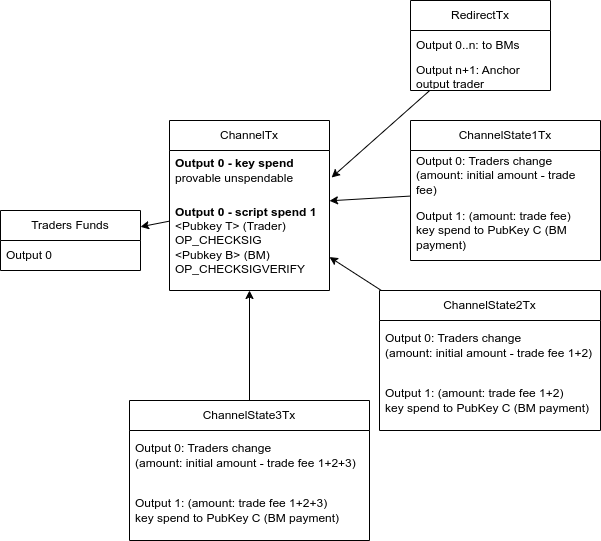
Before: concept/renderedForWeb/tradefeepayment.drawio.png, a diagram exported from draw.io (bisq-network/bisq-musig). Source tidied: cells renumbered, new cells last; positions are measured from the earlier drawing's top-left corner, leaving out a move shared by most shapes.
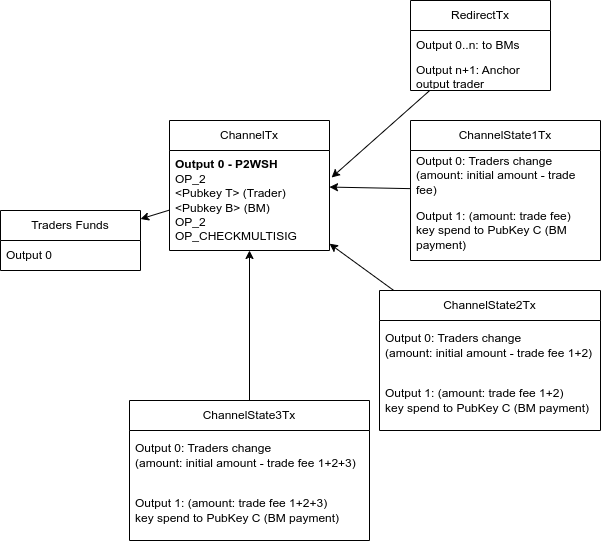
Later version of the same file.

Change to the diagram source:
```diff
@@ -12,13 +12,10 @@
       <mxGeometry relative="1" as="geometry" />
     </mxCell>
     <mxCell id="5" value="ChannelTx" style="swimlane;fontStyle=0;horizontal=1;startSize=30;whiteSpace=wrap;html=1;" parent="1" vertex="1">
-      <mxGeometry x="169" y="120" width="160" height="170" as="geometry" />
+      <mxGeometry x="169" y="120" width="160" height="130" as="geometry" />
     </mxCell>
-    <mxCell id="6" value="&lt;b&gt;Output 0 - key spend&amp;nbsp;&lt;/b&gt;&lt;div&gt;provable unspendable&lt;/div&gt;" style="text;strokeColor=none;fillColor=none;align=left;verticalAlign=middle;spacingLeft=4;spacingRight=4;overflow=hidden;points=[[0,0.5],[1,0.5]];portConstraint=eastwest;whiteSpace=wrap;html=1;" parent="5" vertex="1">
-      <mxGeometry y="30" width="160" height="40" as="geometry" />
-    </mxCell>
-    <mxCell id="7" value="&lt;b&gt;Output 0 - script spend 1&lt;/b&gt;&lt;div&gt;&lt;span style=&quot;background-color: transparent; color: light-dark(rgb(0, 0, 0), rgb(255, 255, 255));&quot;&gt;&amp;lt;Pubkey T&amp;gt; (Trader)&lt;/span&gt;&lt;/div&gt;&lt;div&gt;OP_CHECKSIG&lt;/div&gt;&lt;div&gt;&amp;lt;Pubkey B&amp;gt; (BM)&lt;/div&gt;&lt;div&gt;OP_CHECKSIGVERIFY&lt;/div&gt;" style="text;strokeColor=none;fillColor=none;align=left;verticalAlign=middle;spacingLeft=4;spacingRight=4;overflow=hidden;whiteSpace=wrap;html=1;" parent="5" vertex="1">
-      <mxGeometry y="70" width="160" height="100" as="geometry" />
+    <mxCell id="7" value="&lt;b&gt;Output 0 - P2WSH&lt;/b&gt;&lt;div&gt;&lt;div&gt;&lt;span style=&quot;background-color: transparent; color: light-dark(rgb(0, 0, 0), rgb(255, 255, 255));&quot;&gt;OP_2&lt;/span&gt;&lt;/div&gt;&lt;div&gt;&lt;span style=&quot;background-color: transparent; color: light-dark(rgb(0, 0, 0), rgb(255, 255, 255));&quot;&gt;&amp;lt;Pubkey T&amp;gt; (Trader)&lt;/span&gt;&lt;/div&gt;&lt;div&gt;&lt;span style=&quot;background-color: transparent; color: light-dark(rgb(0, 0, 0), rgb(255, 255, 255));&quot;&gt;&amp;lt;Pubkey B&amp;gt; (BM)&lt;/span&gt;&lt;/div&gt;&lt;div&gt;&lt;span style=&quot;background-color: transparent; color: light-dark(rgb(0, 0, 0), rgb(255, 255, 255));&quot;&gt;OP_2&lt;/span&gt;&lt;/div&gt;&lt;div&gt;OP_CHECKMULTISIG&lt;/div&gt;&lt;/div&gt;" style="text;strokeColor=none;fillColor=none;align=left;verticalAlign=middle;spacingLeft=4;spacingRight=4;overflow=hidden;whiteSpace=wrap;html=1;" parent="5" vertex="1">
+      <mxGeometry y="30" width="160" height="100" as="geometry" />
     </mxCell>
     <mxCell id="8" value="RedirectTx" style="swimlane;fontStyle=0;horizontal=1;startSize=30;whiteSpace=wrap;html=1;" parent="1" vertex="1">
       <mxGeometry x="410" width="140" height="90" as="geometry" />
@@ -29,8 +26,10 @@
     <mxCell id="10" value="Output n+1: Anchor output trader" style="text;strokeColor=none;fillColor=none;align=left;verticalAlign=middle;spacingLeft=4;spacingRight=4;overflow=hidden;whiteSpace=wrap;html=1;" parent="8" vertex="1">
       <mxGeometry y="60" width="140" height="30" as="geometry" />
     </mxCell>
-    <mxCell id="11" style="rounded=0;jettySize=auto;html=1;entryX=1.013;entryY=0.675;entryDx=0;entryDy=0;entryPerimeter=0;" parent="1" edge="1" source="8" target="6">
-      <mxGeometry relative="1" as="geometry" />
+    <mxCell id="11" style="rounded=0;jettySize=auto;html=1;entryX=1.013;entryY=0.675;entryDx=0;entryDy=0;entryPerimeter=0;" parent="1" edge="1" source="8">
+      <mxGeometry relative="1" as="geometry">
+        <mxPoint x="331.1" y="177" as="targetPoint" />
+      </mxGeometry>
     </mxCell>
     <mxCell id="12" style="edgeStyle=none;shape=connector;rounded=0;jettySize=auto;html=1;strokeColor=default;align=center;verticalAlign=middle;fontFamily=Helvetica;fontSize=11;fontColor=default;labelBackgroundColor=default;endArrow=classic;" parent="1" edge="1" source="13" target="5">
       <mxGeometry relative="1" as="geometry" />
```
